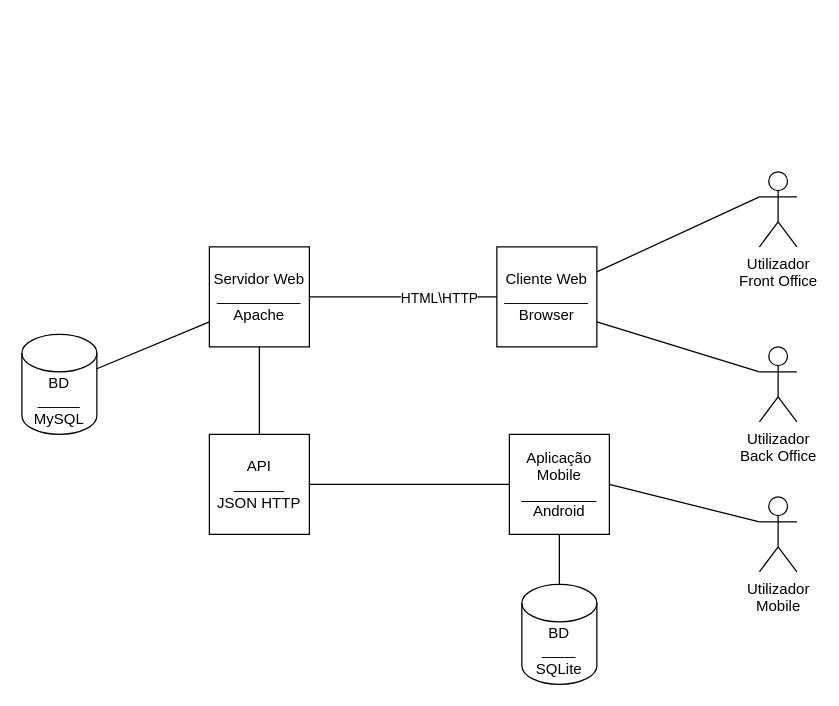
Earlier version of the draw.io diagram Diagramas/Arquitetura do projeto.drawio (2201120/Projeto-SI). Source tidied: cells renumbered, new cells numbered last; positions are measured from the earlier drawing's top-left corner, leaving out a move shared by most shapes. Both pictures are drawn from the tidied source at 125%, with x=0, y=0 at pixel (21, 171).
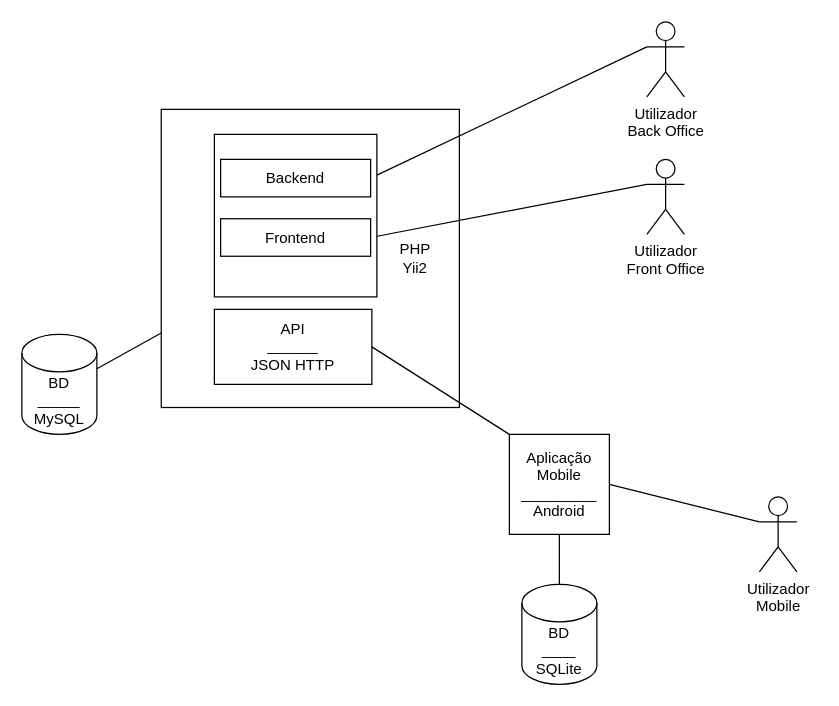
Above is the later version.

What changed in the source:
```diff
@@
 <mxGraphModel>
   <root>
     <mxCell id="0" />
     <mxCell id="1" parent="0" />
-    <mxCell id="2" value="Servidor Web&lt;br&gt;__________&lt;br&gt;Apache" style="whiteSpace=wrap;html=1;" parent="1" vertex="1">
-      <mxGeometry x="150" y="60" width="80" height="80" as="geometry" />
+    <mxCell id="2" value="&lt;span style=&quot;white-space: pre;&quot;&gt;&#9;&lt;/span&gt;&lt;span style=&quot;white-space: pre;&quot;&gt;&#9;&lt;/span&gt;&lt;span style=&quot;white-space: pre;&quot;&gt;&#9;&lt;/span&gt;&lt;span style=&quot;white-space: pre;&quot;&gt;&#9;&lt;/span&gt;&lt;span style=&quot;white-space: pre;&quot;&gt;&#9;&lt;/span&gt;&lt;span style=&quot;white-space: pre;&quot;&gt;&#9;&lt;/span&gt;&amp;nbsp; PHP &lt;br&gt;&lt;span style=&quot;white-space: pre;&quot;&gt;&#9;&lt;/span&gt;&lt;span style=&quot;white-space: pre;&quot;&gt;&#9;&lt;/span&gt;&lt;span style=&quot;white-space: pre;&quot;&gt;&#9;&lt;/span&gt;&lt;span style=&quot;white-space: pre;&quot;&gt;&#9;&lt;/span&gt;&lt;span style=&quot;white-space: pre;&quot;&gt;&#9;&lt;/span&gt;&lt;span style=&quot;white-space: pre;&quot;&gt;&#9;&lt;/span&gt;&amp;nbsp; Yii2" style="whiteSpace=wrap;html=1;" parent="1" vertex="1">
+      <mxGeometry x="111.5" y="-50" width="238.5" height="238.5" as="geometry" />
     </mxCell>
-    <mxCell id="3" value="Cliente Web&lt;br&gt;__________&lt;br&gt;Browser" style="whiteSpace=wrap;html=1;" parent="1" vertex="1">
-      <mxGeometry x="380" y="60" width="80" height="80" as="geometry" />
-    </mxCell>
     <mxCell id="4" value="Utilizador &lt;br&gt;Front Office" style="shape=umlActor;verticalLabelPosition=bottom;verticalAlign=top;html=1;outlineConnect=0;" parent="1" vertex="1">
-      <mxGeometry x="590" width="30" height="60" as="geometry" />
+      <mxGeometry x="500" y="-10" width="30" height="60" as="geometry" />
     </mxCell>
     <mxCell id="5" value="Utilizador&lt;br&gt;Back Office" style="shape=umlActor;verticalLabelPosition=bottom;verticalAlign=top;html=1;outlineConnect=0;" parent="1" vertex="1">
-      <mxGeometry x="590" y="140" width="30" height="60" as="geometry" />
+      <mxGeometry x="500" y="-120" width="30" height="60" as="geometry" />
     </mxCell>
-    <mxCell id="6" style="endArrow=none;html=1;rounded=0;exitX=1;exitY=0.5;exitDx=0;exitDy=0;entryX=0;entryY=0.5;entryDx=0;entryDy=0;" parent="1" edge="1" source="2" target="3">
-      <mxGeometry relative="1" as="geometry" />
-    </mxCell>
-    <mxCell id="7" value="HTML\HTTP" style="edgeLabel;html=1;align=center;verticalAlign=middle;" parent="6" vertex="1">
-      <mxGeometry x="0.37" relative="1" as="geometry" />
-    </mxCell>
-    <mxCell id="8" style="endArrow=none;html=1;rounded=0;exitX=1;exitY=0.25;exitDx=0;exitDy=0;entryX=0;entryY=0.3333333333333333;entryDx=0;entryDy=0;entryPerimeter=0;" parent="1" edge="1" source="3" target="4">
+    <mxCell id="8" style="endArrow=none;html=1;rounded=0;exitX=1;exitY=0.5;exitDx=0;exitDy=0;entryX=0;entryY=0.3333333333333333;entryDx=0;entryDy=0;entryPerimeter=0;" parent="1" edge="1" source="21" target="4">
       <mxGeometry relative="1" as="geometry" />
     </mxCell>
-    <mxCell id="9" style="endArrow=none;html=1;rounded=0;exitX=1;exitY=0.75;exitDx=0;exitDy=0;entryX=0;entryY=0.3333333333333333;entryDx=0;entryDy=0;entryPerimeter=0;" parent="1" edge="1" source="3" target="5">
+    <mxCell id="9" style="endArrow=none;html=1;rounded=0;exitX=1;exitY=0.5;exitDx=0;exitDy=0;entryX=0;entryY=0.3333333333333333;entryDx=0;entryDy=0;entryPerimeter=0;" parent="1" edge="1" source="22" target="5">
       <mxGeometry relative="1" as="geometry" />
     </mxCell>
     <mxCell id="10" value="BD&lt;br&gt;_____&lt;br&gt;MySQL" style="shape=cylinder3;whiteSpace=wrap;html=1;boundedLbl=1;backgroundOutline=1;size=15;" parent="1" vertex="1">
       <mxGeometry y="130" width="60" height="80" as="geometry" />
     </mxCell>
     <mxCell id="11" style="endArrow=none;html=1;rounded=0;exitX=1;exitY=0;exitDx=0;exitDy=27.5;exitPerimeter=0;entryX=0;entryY=0.75;entryDx=0;entryDy=0;" parent="1" edge="1" source="10" target="2">
       <mxGeometry relative="1" as="geometry" />
     </mxCell>
-    <mxCell id="12" value="API&lt;br&gt;______&lt;br&gt;JSON HTTP" style="whiteSpace=wrap;html=1;" parent="1" vertex="1">
-      <mxGeometry x="150" y="210" width="80" height="80" as="geometry" />
-    </mxCell>
     <mxCell id="13" value="Aplicação Mobile&lt;br&gt;_________&lt;br&gt;Android" style="whiteSpace=wrap;html=1;" parent="1" vertex="1">
       <mxGeometry x="390" y="210" width="80" height="80" as="geometry" />
     </mxCell>
     <mxCell id="14" value="Utilizador &lt;br&gt;Mobile" style="shape=umlActor;verticalLabelPosition=bottom;verticalAlign=top;html=1;outlineConnect=0;" parent="1" vertex="1">
       <mxGeometry x="590" y="260" width="30" height="60" as="geometry" />
     </mxCell>
-    <mxCell id="15" style="endArrow=none;html=1;rounded=0;entryX=0.5;entryY=1;entryDx=0;entryDy=0;exitX=0.5;exitY=0;exitDx=0;exitDy=0;" parent="1" edge="1" source="12" target="2">
-      <mxGeometry relative="1" as="geometry" />
-    </mxCell>
-    <mxCell id="16" style="endArrow=none;html=1;rounded=0;exitX=1;exitY=0.5;exitDx=0;exitDy=0;entryX=0;entryY=0.5;entryDx=0;entryDy=0;" parent="1" edge="1" source="12" target="13">
-      <mxGeometry relative="1" as="geometry" />
-    </mxCell>
     <mxCell id="17" style="endArrow=none;html=1;rounded=0;entryX=1;entryY=0.5;entryDx=0;entryDy=0;exitX=0;exitY=0.3333333333333333;exitDx=0;exitDy=0;exitPerimeter=0;" parent="1" edge="1" source="14" target="13">
       <mxGeometry relative="1" as="geometry" />
     </mxCell>
     <mxCell id="18" value="BD&lt;br&gt;____&lt;br&gt;SQLite" style="shape=cylinder3;whiteSpace=wrap;html=1;boundedLbl=1;backgroundOutline=1;size=15;" parent="1" vertex="1">
       <mxGeometry x="400" y="330" width="60" height="80" as="geometry" />
     </mxCell>
     <mxCell id="19" style="endArrow=none;html=1;rounded=0;exitX=0.5;exitY=1;exitDx=0;exitDy=0;entryX=0.5;entryY=0;entryDx=0;entryDy=0;entryPerimeter=0;" parent="1" edge="1" source="13" target="18">
       <mxGeometry relative="1" as="geometry" />
     </mxCell>
+    <mxCell id="12" value="API&lt;br&gt;______&lt;br&gt;JSON HTTP" style="rounded=0;whiteSpace=wrap;html=1;" parent="1" vertex="1">
+      <mxGeometry x="154" y="110" width="126" height="60" as="geometry" />
+    </mxCell>
+    <mxCell id="20" style="whiteSpace=wrap;html=1;" parent="1" vertex="1">
+      <mxGeometry x="154" y="-30" width="130" height="130" as="geometry" />
+    </mxCell>
+    <mxCell id="21" value="Frontend" style="rounded=0;whiteSpace=wrap;html=1;" parent="1" vertex="1">
+      <mxGeometry x="159" y="37.5" width="120" height="30" as="geometry" />
+    </mxCell>
+    <mxCell id="22" value="Backend" style="rounded=0;whiteSpace=wrap;html=1;" parent="1" vertex="1">
+      <mxGeometry x="159" y="-10" width="120" height="30" as="geometry" />
+    </mxCell>
+    <mxCell id="16" style="endArrow=none;html=1;rounded=0;exitX=1;exitY=0.5;exitDx=0;exitDy=0;entryX=0;entryY=0;entryDx=0;entryDy=0;" parent="1" edge="1" source="12" target="13">
+      <mxGeometry relative="1" as="geometry" />
+    </mxCell>
   </root>
 </mxGraphModel>
```
